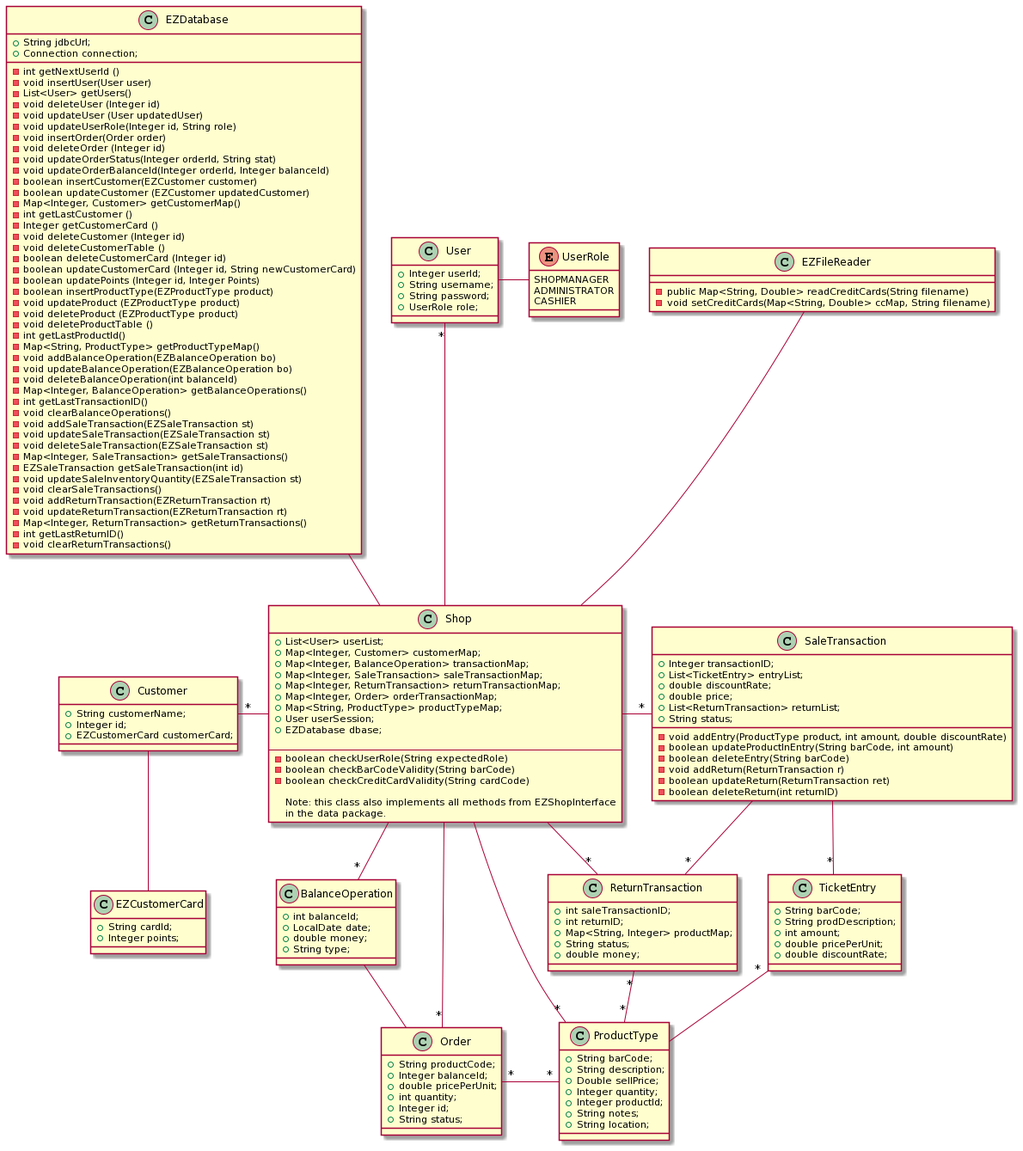
Above: Deliverables/Diagrams/Design/classDiagram.png in giuliadascenzi/ezshop_SEproject (PlantUML), before the change.
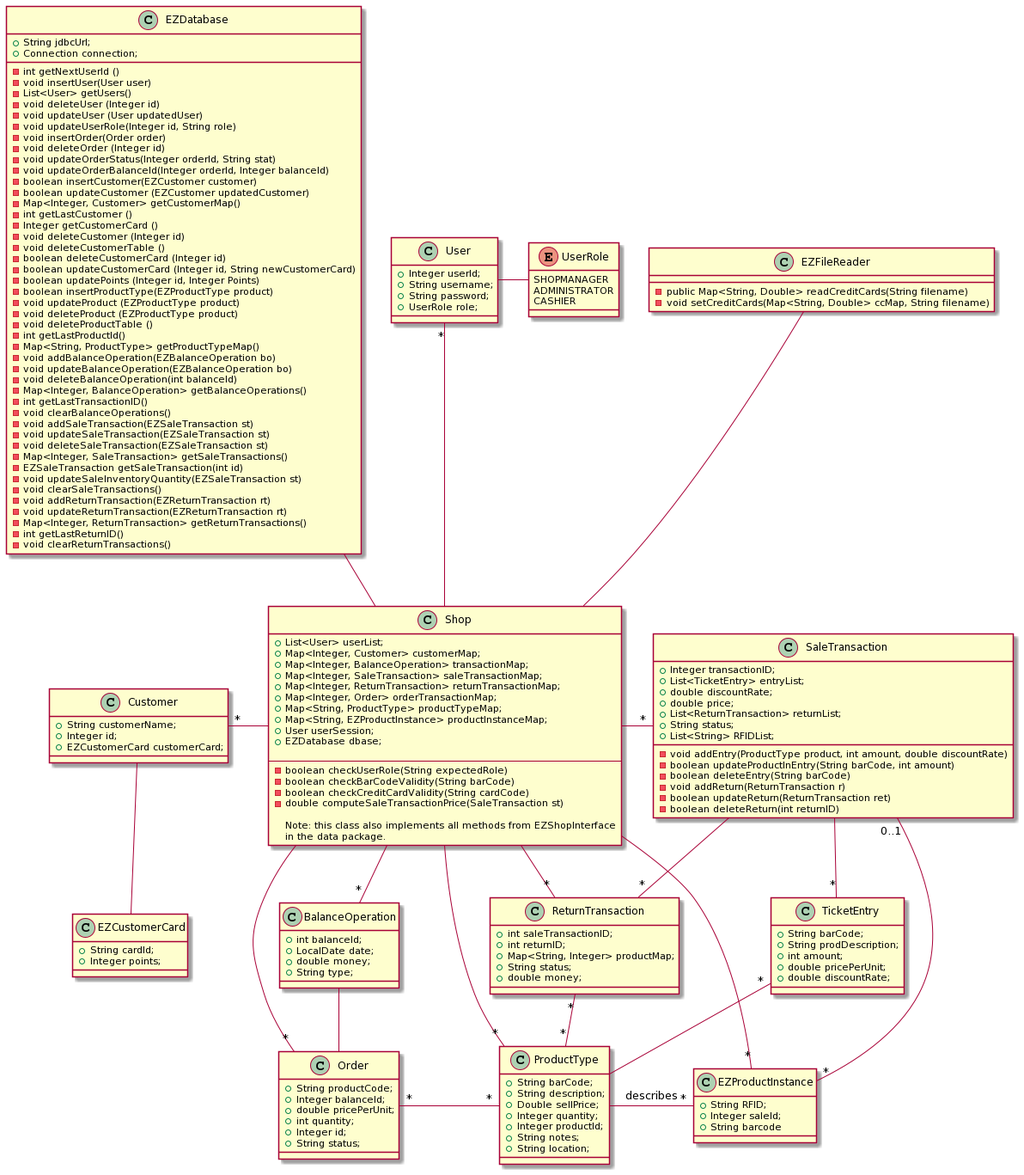
The same diagram one commit later.

Commit message:
updated design and RFID 12, TimeSheet.md

Diff of the diagram source:
```diff
@@ -7,6 +7,7 @@
    + Map<Integer, ReturnTransaction> returnTransactionMap;
    + Map<Integer, Order> orderTransactionMap;
    + Map<String, ProductType> productTypeMap;
+   + Map<String, EZProductInstance> productInstanceMap;
    + User userSession;
    + EZDatabase dbase;
 
@@ -14,6 +15,7 @@
   - boolean checkUserRole(String expectedRole)
    - boolean checkBarCodeValidity(String barCode)
    - boolean checkCreditCardValidity(String cardCode)
+   - double computeSaleTransactionPrice(SaleTransaction st)
 
 Note: this class also implements all methods from EZShopInterface
 in the data package.
@@ -39,6 +41,7 @@
    + double price;
    + List<ReturnTransaction> returnList;
    + String status;
+   + List<String> RFIDList;
 
   - void addEntry(ProductType product, int amount, double discountRate)
   - boolean updateProductInEntry(String barCode, int amount)
@@ -77,6 +80,11 @@
     + Integer productId;
     + String notes;
     + String location;
+}
+class EZProductInstance{
+    + String RFID;
+    + Integer saleId;
+    + String barcode
 }
 
 class Customer {
@@ -160,6 +168,10 @@
 Shop -right-"*" ReturnTransaction
 Shop -right-"*" Order
 Shop -down-"*" ProductType
+ProductType -right- "*" EZProductInstance : describes
+SaleTransaction "0..1"-down-  "*" EZProductInstance
+Shop -- "*" EZProductInstance
+
 
 Order "*"-right-"*" ProductType
 Order -up-BalanceOperation
```
